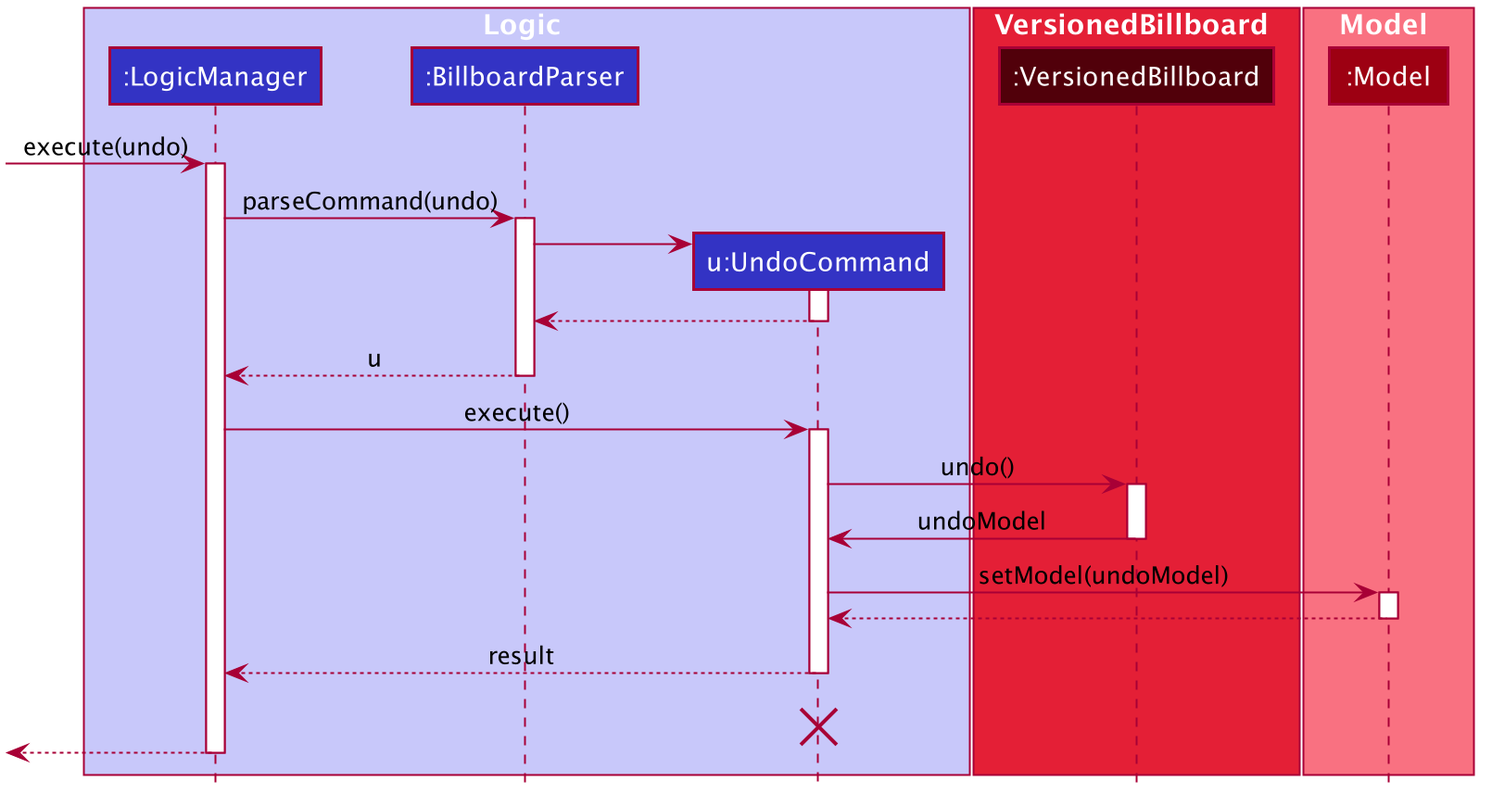
Above: images/UndoSequenceDiagram.png in AY1920S1-CS2103T-F12-4/main (PlantUML), before the change.
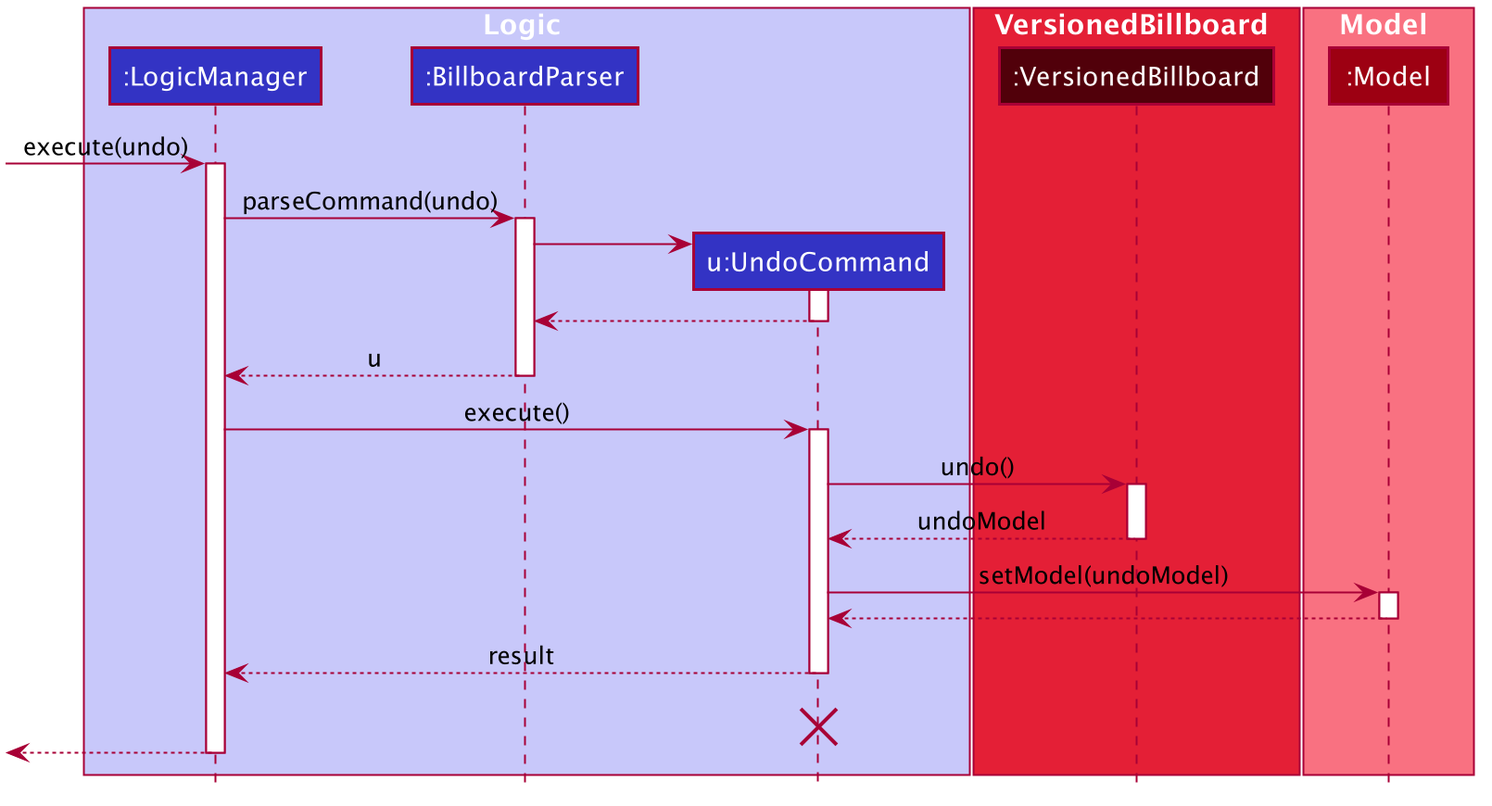
The same diagram one commit later.

The edit, as a diff of the source:
```diff
@@ -83,7 +83,7 @@
 UndoCommand -> VersionedBillboard : undo()
 activate VersionedBillboard
 
-VersionedBillboard -> UndoCommand : undoModel
+VersionedBillboard --> UndoCommand : undoModel
 deactivate VersionedBillboard
 
 UndoCommand -> Model : setModel(undoModel)
```
